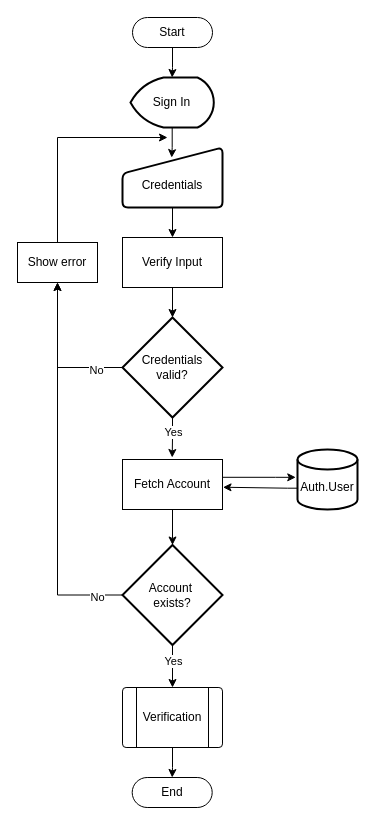
ElliotJcbH/AtletikFlowcharts keeps this draw.io diagram as Atletik-ProgramFlowChart-Signin.drawio. Above is the earlier version. Source tidied: cells renumbered, new cells numbered last; positions are measured from the earlier drawing's top-left corner, leaving out a move shared by most shapes. Both pictures are drawn from the tidied source at 100%, with x=0, y=0 at pixel (17, 17).
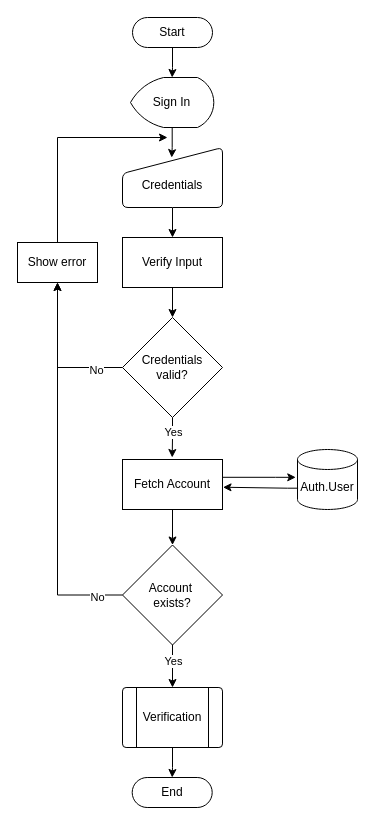
Above is the later version.

Change to the diagram source:
```diff
@@
-    <mxCell id="3" value="Sign In" style="strokeWidth=2;html=1;shape=mxgraph.flowchart.display;whiteSpace=wrap;" parent="1" vertex="1">
+    <mxCell id="3" value="Sign In" style="strokeWidth=1;html=1;shape=mxgraph.flowchart.display;whiteSpace=wrap;" parent="1" vertex="1">
       <mxGeometry x="113" y="60" width="83.3" height="50" as="geometry" />
     </mxCell>
@@
-    <mxCell id="6" value="&lt;div&gt;&lt;br&gt;&lt;/div&gt;&lt;div&gt;Credentials&lt;/div&gt;" style="html=1;strokeWidth=2;shape=manualInput;whiteSpace=wrap;rounded=1;size=26;arcSize=11;" parent="1" vertex="1">
+    <mxCell id="6" value="&lt;div&gt;&lt;br&gt;&lt;/div&gt;&lt;div&gt;Credentials&lt;/div&gt;" style="html=1;strokeWidth=1;shape=manualInput;whiteSpace=wrap;rounded=1;size=26;arcSize=11;" parent="1" vertex="1">
       <mxGeometry x="105" y="130" width="100" height="60" as="geometry" />
     </mxCell>
@@
-    <mxCell id="13" value="Credentials&lt;div&gt;valid?&lt;/div&gt;" style="strokeWidth=2;html=1;shape=mxgraph.flowchart.decision;whiteSpace=wrap;" parent="1" vertex="1">
+    <mxCell id="13" value="Credentials&lt;div&gt;valid?&lt;/div&gt;" style="strokeWidth=1;html=1;shape=mxgraph.flowchart.decision;whiteSpace=wrap;" parent="1" vertex="1">
       <mxGeometry x="105" y="300" width="100" height="100" as="geometry" />
     </mxCell>
@@
-    <mxCell id="22" value="&lt;div&gt;&lt;br&gt;&lt;/div&gt;Auth.User" style="strokeWidth=2;html=1;shape=mxgraph.flowchart.database;whiteSpace=wrap;" parent="1" vertex="1">
+    <mxCell id="22" value="&lt;div&gt;&lt;br&gt;&lt;/div&gt;Auth.User" style="strokeWidth=1;html=1;shape=mxgraph.flowchart.database;whiteSpace=wrap;" parent="1" vertex="1">
       <mxGeometry x="280" y="432" width="60" height="60" as="geometry" />
     </mxCell>
@@
-    <mxCell id="29" value="Account&amp;nbsp;&lt;div&gt;exists?&lt;/div&gt;" style="strokeWidth=2;html=1;shape=mxgraph.flowchart.decision;whiteSpace=wrap;" parent="1" vertex="1">
+    <mxCell id="29" value="Account&amp;nbsp;&lt;div&gt;exists?&lt;/div&gt;" style="strokeWidth=1;html=1;shape=mxgraph.flowchart.decision;whiteSpace=wrap;" parent="1" vertex="1">
       <mxGeometry x="105" y="527.5" width="100" height="100" as="geometry" />
     </mxCell>
```
